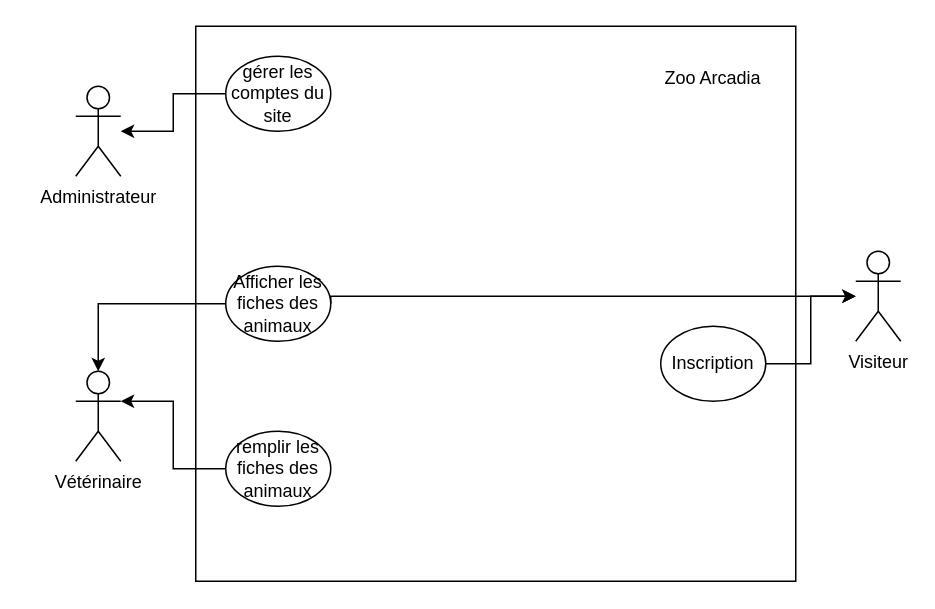
Earlier version of the draw.io diagram Diagramme relationnel.drawio (gerybeltrame/ECF-Zoo_Arcadia). Source tidied: cells renumbered, new cells numbered last; positions are measured from the earlier drawing's top-left corner, leaving out a move shared by most shapes. Both pictures are drawn from the tidied source at 150%, with x=0, y=0 at pixel (75, 26).
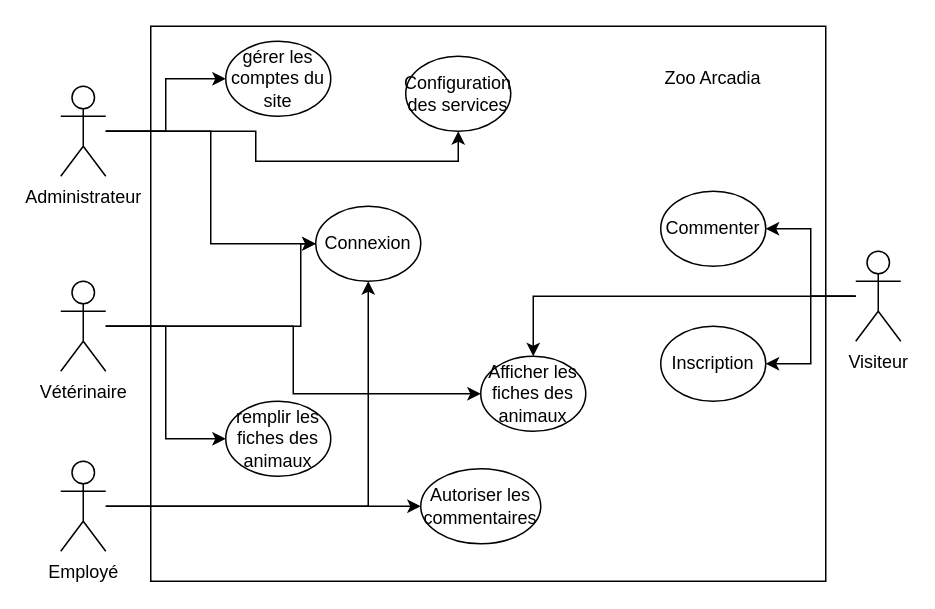
The same diagram, later.

Commit message (it also covers changes not shown here):
Mettre à jour Diagramme relationnel.drawio

The change refers to these unchanged cells:
```xml
<mxCell id="5" value="Visiteur" style="shape=umlActor;verticalLabelPosition=bottom;verticalAlign=top;html=1;outlineConnect=0;" parent="1" vertex="1">
  <mxGeometry x="520" y="150" width="30" height="60" as="geometry" />
</mxCell>
<mxCell id="8" value="Inscription" style="ellipse;whiteSpace=wrap;html=1;" parent="1" vertex="1">
  <mxGeometry x="390" y="200" width="70" height="50" as="geometry" />
</mxCell>
```

The edit, as a diff of the source:
```diff
@@
     <mxCell id="2" style="rounded=0;whiteSpace=wrap;html=1;" parent="1" vertex="1">
-      <mxGeometry x="80" width="400" height="370" as="geometry" />
+      <mxGeometry x="50" width="450" height="370" as="geometry" />
     </mxCell>
+    <mxCell id="16" style="edgeStyle=orthogonalEdgeStyle;rounded=0;jettySize=auto;html=1;" parent="1" edge="1" source="3" target="15">
+      <mxGeometry relative="1" as="geometry" />
+    </mxCell>
+    <mxCell id="17" style="edgeStyle=orthogonalEdgeStyle;rounded=0;jettySize=auto;html=1;entryX=0;entryY=0.5;entryDx=0;entryDy=0;" parent="1" edge="1" source="3" target="28">
+      <mxGeometry relative="1" as="geometry" />
+    </mxCell>
+    <mxCell id="18" style="edgeStyle=orthogonalEdgeStyle;rounded=0;jettySize=auto;html=1;entryX=0.5;entryY=1;entryDx=0;entryDy=0;" parent="1" edge="1" source="3" target="29">
+      <mxGeometry relative="1" as="geometry" />
+    </mxCell>
     <mxCell id="3" value="Administrateur" style="shape=umlActor;verticalLabelPosition=bottom;verticalAlign=top;html=1;outlineConnect=0;" parent="1" vertex="1">
-      <mxGeometry y="40" width="30" height="60" as="geometry" />
+      <mxGeometry x="-10" y="40" width="30" height="60" as="geometry" />
     </mxCell>
+    <mxCell id="19" style="edgeStyle=orthogonalEdgeStyle;rounded=0;jettySize=auto;html=1;entryX=0;entryY=0.5;entryDx=0;entryDy=0;" parent="1" edge="1" source="4" target="28">
+      <mxGeometry relative="1" as="geometry">
+        <Array as="points">
+          <mxPoint x="150" y="200" />
+          <mxPoint x="150" y="145" />
+        </Array>
+      </mxGeometry>
+    </mxCell>
+    <mxCell id="20" style="edgeStyle=orthogonalEdgeStyle;rounded=0;jettySize=auto;html=1;" parent="1" edge="1" source="4" target="11">
+      <mxGeometry relative="1" as="geometry" />
+    </mxCell>
+    <mxCell id="21" style="edgeStyle=orthogonalEdgeStyle;rounded=0;jettySize=auto;html=1;entryX=0;entryY=0.5;entryDx=0;entryDy=0;" parent="1" edge="1" source="4" target="12">
+      <mxGeometry relative="1" as="geometry" />
+    </mxCell>
     <mxCell id="4" value="Vétérinaire" style="shape=umlActor;verticalLabelPosition=bottom;verticalAlign=top;html=1;outlineConnect=0;" parent="1" vertex="1">
-      <mxGeometry y="230" width="30" height="60" as="geometry" />
+      <mxGeometry x="-10" y="170" width="30" height="60" as="geometry" />
     </mxCell>
+    <mxCell id="22" style="edgeStyle=orthogonalEdgeStyle;rounded=0;jettySize=auto;html=1;entryX=0.5;entryY=0;entryDx=0;entryDy=0;" parent="1" edge="1" source="5" target="11">
+      <mxGeometry relative="1" as="geometry" />
+    </mxCell>
+    <mxCell id="23" style="edgeStyle=orthogonalEdgeStyle;rounded=0;jettySize=auto;html=1;" parent="1" edge="1" source="5" target="8">
+      <mxGeometry relative="1" as="geometry" />
+    </mxCell>
+    <mxCell id="24" style="edgeStyle=orthogonalEdgeStyle;rounded=0;jettySize=auto;html=1;entryX=1;entryY=0.5;entryDx=0;entryDy=0;" parent="1" edge="1" source="5" target="30">
+      <mxGeometry relative="1" as="geometry" />
+    </mxCell>
@@
-    <mxCell id="7" style="edgeStyle=orthogonalEdgeStyle;rounded=0;jettySize=auto;html=1;" parent="1" edge="1" source="8" target="5">
-      <mxGeometry relative="1" as="geometry" />
-    </mxCell>
@@
-    <mxCell id="9" style="edgeStyle=orthogonalEdgeStyle;rounded=0;jettySize=auto;html=1;" parent="1" edge="1" source="11" target="4">
-      <mxGeometry relative="1" as="geometry" />
-    </mxCell>
-    <mxCell id="10" style="edgeStyle=orthogonalEdgeStyle;rounded=0;jettySize=auto;html=1;exitX=1;exitY=0.5;exitDx=0;exitDy=0;" parent="1" edge="1" source="11" target="5">
-      <mxGeometry relative="1" as="geometry">
-        <Array as="points">
-          <mxPoint x="170" y="180" />
-        </Array>
-      </mxGeometry>
-    </mxCell>
     <mxCell id="11" value="Afficher les fiches des animaux" style="ellipse;whiteSpace=wrap;html=1;" parent="1" vertex="1">
-      <mxGeometry x="100" y="160" width="70" height="50" as="geometry" />
+      <mxGeometry x="270" y="220" width="70" height="50" as="geometry" />
     </mxCell>
     <mxCell id="12" value="remplir les fiches des animaux" style="ellipse;whiteSpace=wrap;html=1;" parent="1" vertex="1">
-      <mxGeometry x="100" y="270" width="70" height="50" as="geometry" />
+      <mxGeometry x="100" y="250" width="70" height="50" as="geometry" />
     </mxCell>
-    <mxCell id="13" style="edgeStyle=orthogonalEdgeStyle;rounded=0;jettySize=auto;html=1;entryX=1;entryY=0.3333333333333333;entryDx=0;entryDy=0;entryPerimeter=0;" parent="1" edge="1" source="12" target="4">
-      <mxGeometry relative="1" as="geometry" />
-    </mxCell>
-    <mxCell id="14" style="edgeStyle=orthogonalEdgeStyle;rounded=0;jettySize=auto;html=1;" parent="1" edge="1" source="15" target="3">
-      <mxGeometry relative="1" as="geometry" />
-    </mxCell>
     <mxCell id="15" value="gérer les comptes du site" style="ellipse;whiteSpace=wrap;html=1;" parent="1" vertex="1">
-      <mxGeometry x="100" y="20" width="70" height="50" as="geometry" />
+      <mxGeometry x="100" y="10" width="70" height="50" as="geometry" />
     </mxCell>
+    <mxCell id="25" style="edgeStyle=orthogonalEdgeStyle;rounded=0;jettySize=auto;html=1;" parent="1" edge="1" source="27" target="28">
+      <mxGeometry relative="1" as="geometry" />
+    </mxCell>
+    <mxCell id="26" style="edgeStyle=orthogonalEdgeStyle;rounded=0;jettySize=auto;html=1;entryX=0;entryY=0.5;entryDx=0;entryDy=0;" parent="1" edge="1" source="27" target="31">
+      <mxGeometry relative="1" as="geometry" />
+    </mxCell>
+    <mxCell id="27" value="Employé" style="shape=umlActor;verticalLabelPosition=bottom;verticalAlign=top;html=1;outlineConnect=0;" parent="1" vertex="1">
+      <mxGeometry x="-10" y="290" width="30" height="60" as="geometry" />
+    </mxCell>
+    <mxCell id="28" value="Connexion" style="ellipse;whiteSpace=wrap;html=1;" parent="1" vertex="1">
+      <mxGeometry x="160" y="120" width="70" height="50" as="geometry" />
+    </mxCell>
+    <mxCell id="29" value="Configuration des services" style="ellipse;whiteSpace=wrap;html=1;" parent="1" vertex="1">
+      <mxGeometry x="220" y="20" width="70" height="50" as="geometry" />
+    </mxCell>
+    <mxCell id="30" value="Commenter" style="ellipse;whiteSpace=wrap;html=1;" parent="1" vertex="1">
+      <mxGeometry x="390" y="110" width="70" height="50" as="geometry" />
+    </mxCell>
+    <mxCell id="31" value="Autoriser les commentaires" style="ellipse;whiteSpace=wrap;html=1;" parent="1" vertex="1">
+      <mxGeometry x="230" y="295" width="80" height="50" as="geometry" />
+    </mxCell>
```
